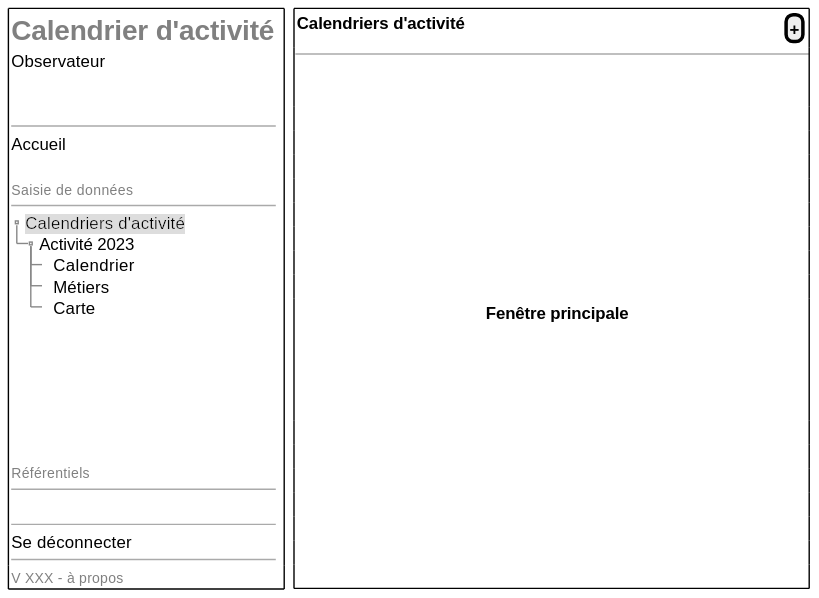
sumaris-net/sumaris-doc keeps this PlantUML diagram as projects/activity-calendar/spe/images/activity-calendar-tree-expanded.svg. Above is the earlier version. Its source is kept beside it as projects/activity-calendar/spe/images/activity-calendar-tree-expanded.puml.
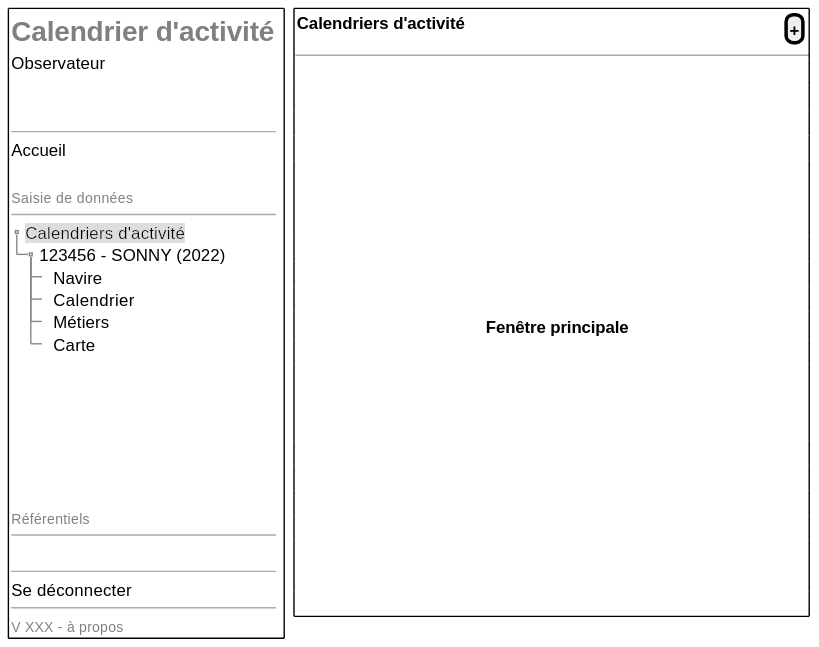
After the commit.

Change to the diagram source:
```diff
@@ -13,7 +13,8 @@
        --
         {T
                    +<back:#DDD>Calendriers d'activité
-                   ++ Activité 2023 | .
+                   ++ 123456 - SONNY (2022) | .
+                   +++ Navire
                    +++ Calendrier | .
                    +++ Métiers | .
                    +++ Carte | .
```
